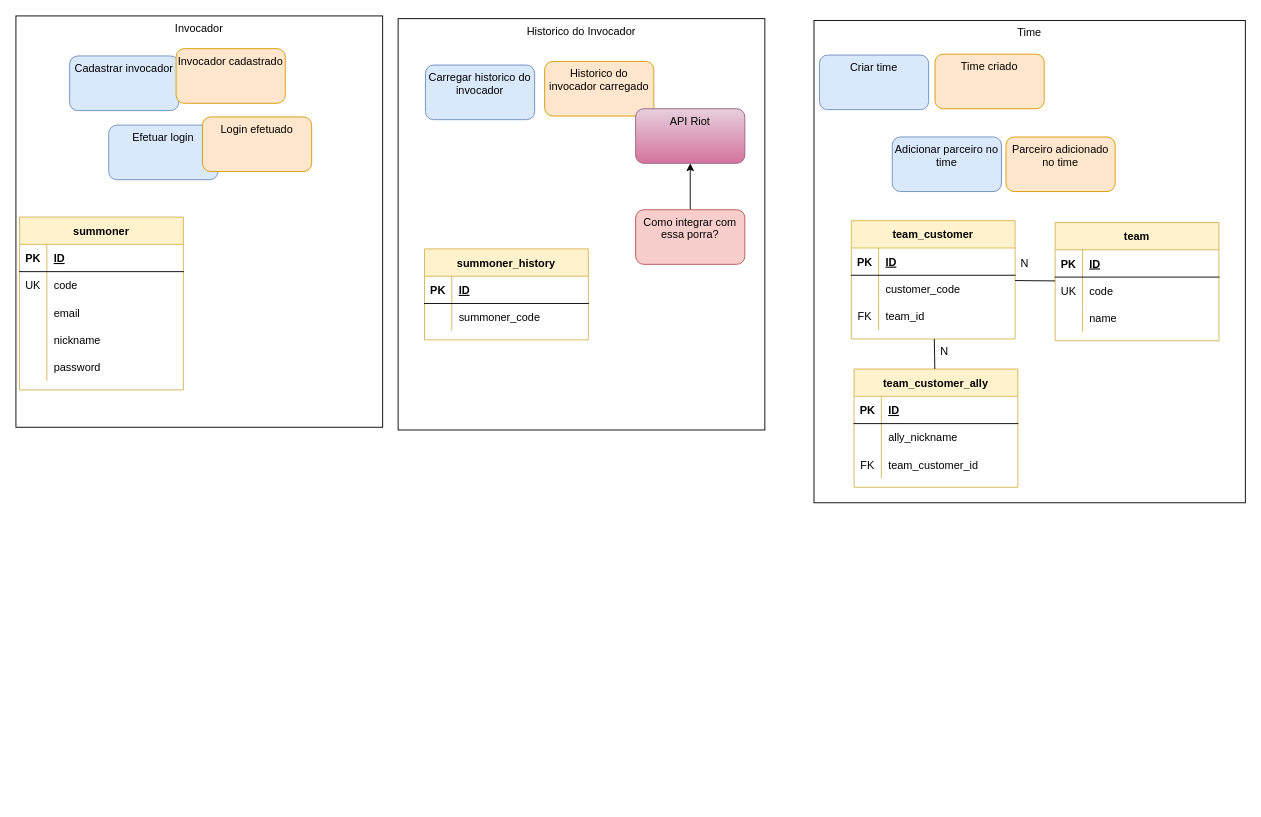
Earlier version of the draw.io diagram v0.drawio (Clashe-Inc/prototype-web). Source tidied: cells renumbered, new cells numbered last; positions are measured from the earlier drawing's top-left corner, leaving out a move shared by most shapes. Both pictures are drawn from the tidied source at 91%, with x=0, y=0 at pixel (15, 15).
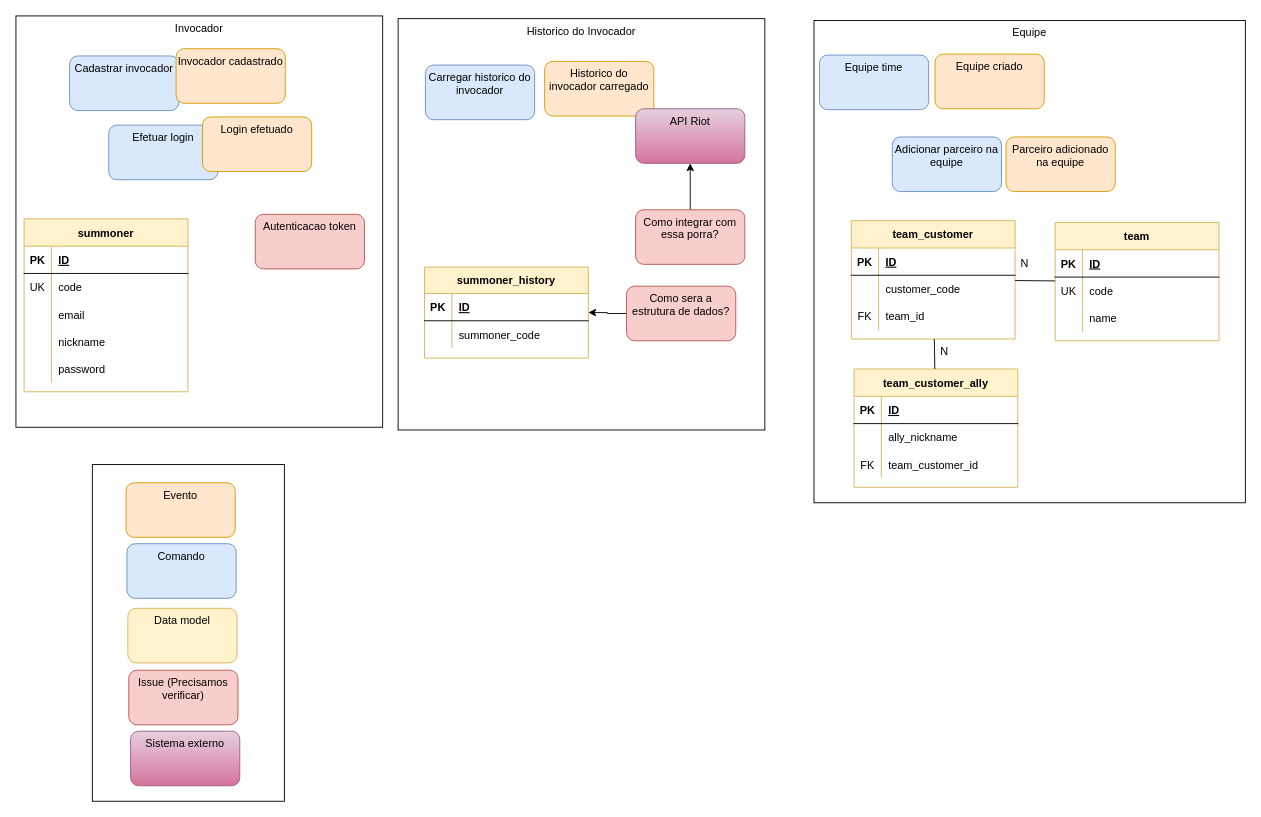
After the change.

Commit message (it also covers changes not shown here):
Atualizado documentacao do projeto

What changed in the source:
```diff
@@
+    <mxCell id="75" style="rounded=0;whiteSpace=wrap;html=1;" parent="1" vertex="1">
+      <mxGeometry x="84" y="493" width="211" height="370" as="geometry" />
+    </mxCell>
-    <mxCell id="2" value="Time" style="rounded=0;whiteSpace=wrap;html=1;verticalAlign=top;" parent="1" vertex="1">
+    <mxCell id="2" value="Equipe" style="rounded=0;whiteSpace=wrap;html=1;verticalAlign=top;" parent="1" vertex="1">
       <mxGeometry x="877" y="5" width="474" height="530" as="geometry" />
     </mxCell>
@@
     <mxCell id="5" value="summoner" style="shape=table;startSize=30;childLayout=tableLayout;rowLines=0;fontStyle=1;align=center;fillColor=#fff2cc;strokeColor=#d6b656;" parent="1" vertex="1">
-      <mxGeometry x="4" y="221" width="180" height="190" as="geometry" />
+      <mxGeometry x="9" y="223" width="180" height="190" as="geometry" />
     </mxCell>
@@
-    <mxCell id="22" value="Criar time" style="rounded=1;whiteSpace=wrap;html=1;fillColor=#dae8fc;strokeColor=#6c8ebf;align=center;verticalAlign=top;" parent="1" vertex="1">
+    <mxCell id="22" value="Equipe&amp;nbsp;time" style="rounded=1;whiteSpace=wrap;html=1;fillColor=#dae8fc;strokeColor=#6c8ebf;align=center;verticalAlign=top;" parent="1" vertex="1">
       <mxGeometry x="883" y="43" width="120" height="60" as="geometry" />
     </mxCell>
-    <mxCell id="23" value="Time criado" style="rounded=1;whiteSpace=wrap;html=1;fillColor=#ffe6cc;strokeColor=#d79b00;align=center;verticalAlign=top;" parent="1" vertex="1">
+    <mxCell id="23" value="Equipe criado" style="rounded=1;whiteSpace=wrap;html=1;fillColor=#ffe6cc;strokeColor=#d79b00;align=center;verticalAlign=top;" parent="1" vertex="1">
       <mxGeometry x="1010" y="42" width="120" height="60" as="geometry" />
     </mxCell>
-    <mxCell id="24" value="Parceiro adicionado no time" style="rounded=1;whiteSpace=wrap;html=1;fillColor=#ffe6cc;strokeColor=#d79b00;align=center;verticalAlign=top;" parent="1" vertex="1">
+    <mxCell id="24" value="Parceiro adicionado na equipe" style="rounded=1;whiteSpace=wrap;html=1;fillColor=#ffe6cc;strokeColor=#d79b00;align=center;verticalAlign=top;" parent="1" vertex="1">
       <mxGeometry x="1088" y="133" width="120" height="60" as="geometry" />
     </mxCell>
-    <mxCell id="25" value="Adicionar parceiro no time" style="rounded=1;whiteSpace=wrap;html=1;fillColor=#dae8fc;strokeColor=#6c8ebf;align=center;verticalAlign=top;" parent="1" vertex="1">
+    <mxCell id="25" value="Adicionar parceiro na equipe" style="rounded=1;whiteSpace=wrap;html=1;fillColor=#dae8fc;strokeColor=#6c8ebf;align=center;verticalAlign=top;" parent="1" vertex="1">
       <mxGeometry x="963" y="133" width="120" height="60" as="geometry" />
     </mxCell>
@@
-    <mxCell id="66" value="summoner_history" style="shape=table;startSize=30;childLayout=tableLayout;rowLines=0;fontStyle=1;align=center;fillColor=#fff2cc;strokeColor=#d6b656;" parent="1" vertex="1">
-      <mxGeometry x="449" y="256" width="180" height="100" as="geometry" />
+    <mxCell id="66" value="summoner_history" style="shape=table;startSize=29;childLayout=tableLayout;rowLines=0;fontStyle=1;align=center;fillColor=#fff2cc;strokeColor=#d6b656;" parent="1" vertex="1">
+      <mxGeometry x="449" y="276" width="180" height="100" as="geometry" />
     </mxCell>
     <mxCell id="67" style="shape=tableRow;horizontal=0;startSize=0;swimlaneHead=0;swimlaneBody=0;fillColor=none;top=0;left=0;right=0;bottom=1;" parent="66" vertex="1">
-      <mxGeometry y="30" width="180" height="30" as="geometry" />
+      <mxGeometry y="29" width="180" height="30" as="geometry" />
     </mxCell>
@@
     <mxCell id="70" style="shape=tableRow;horizontal=0;startSize=0;swimlaneHead=0;swimlaneBody=0;fillColor=none;top=0;left=0;right=0;bottom=0;" parent="66" vertex="1">
-      <mxGeometry y="60" width="180" height="30" as="geometry" />
+      <mxGeometry y="59" width="180" height="30" as="geometry" />
     </mxCell>
@@
+    <mxCell id="76" value="Autenticacao token" style="rounded=1;whiteSpace=wrap;html=1;fillColor=#f8cecc;strokeColor=#b85450;align=center;verticalAlign=top;" parent="1" vertex="1">
+      <mxGeometry x="263" y="218" width="120" height="60" as="geometry" />
+    </mxCell>
+    <mxCell id="77" value="Evento" style="rounded=1;whiteSpace=wrap;html=1;fillColor=#ffe6cc;strokeColor=#d79b00;align=center;verticalAlign=top;" parent="1" vertex="1">
+      <mxGeometry x="121" y="513" width="120" height="60" as="geometry" />
+    </mxCell>
+    <mxCell id="78" value="Comando" style="rounded=1;whiteSpace=wrap;html=1;fillColor=#dae8fc;strokeColor=#6c8ebf;align=center;verticalAlign=top;" parent="1" vertex="1">
+      <mxGeometry x="122" y="580" width="120" height="60" as="geometry" />
+    </mxCell>
+    <mxCell id="79" value="Data model" style="rounded=1;whiteSpace=wrap;html=1;fillColor=#fff2cc;strokeColor=#d6b656;align=center;verticalAlign=top;" parent="1" vertex="1">
+      <mxGeometry x="123" y="651" width="120" height="60" as="geometry" />
+    </mxCell>
+    <mxCell id="80" value="Issue (Precisamos verificar)" style="rounded=1;whiteSpace=wrap;html=1;fillColor=#f8cecc;strokeColor=#b85450;align=center;verticalAlign=top;" parent="1" vertex="1">
+      <mxGeometry x="124" y="719" width="120" height="60" as="geometry" />
+    </mxCell>
+    <mxCell id="81" value="Sistema externo" style="rounded=1;whiteSpace=wrap;html=1;fillColor=#e6d0de;strokeColor=#996185;align=center;verticalAlign=top;gradientColor=#d5739d;" parent="1" vertex="1">
+      <mxGeometry x="126" y="786" width="120" height="60" as="geometry" />
+    </mxCell>
+    <mxCell id="82" style="edgeStyle=orthogonalEdgeStyle;rounded=0;jettySize=auto;html=1;" parent="1" edge="1" source="83" target="66">
+      <mxGeometry relative="1" as="geometry" />
+    </mxCell>
+    <mxCell id="83" value="Como sera a estrutura de dados?" style="rounded=1;whiteSpace=wrap;html=1;fillColor=#f8cecc;strokeColor=#b85450;align=center;verticalAlign=top;" parent="1" vertex="1">
+      <mxGeometry x="671" y="297" width="120" height="60" as="geometry" />
+    </mxCell>
```
